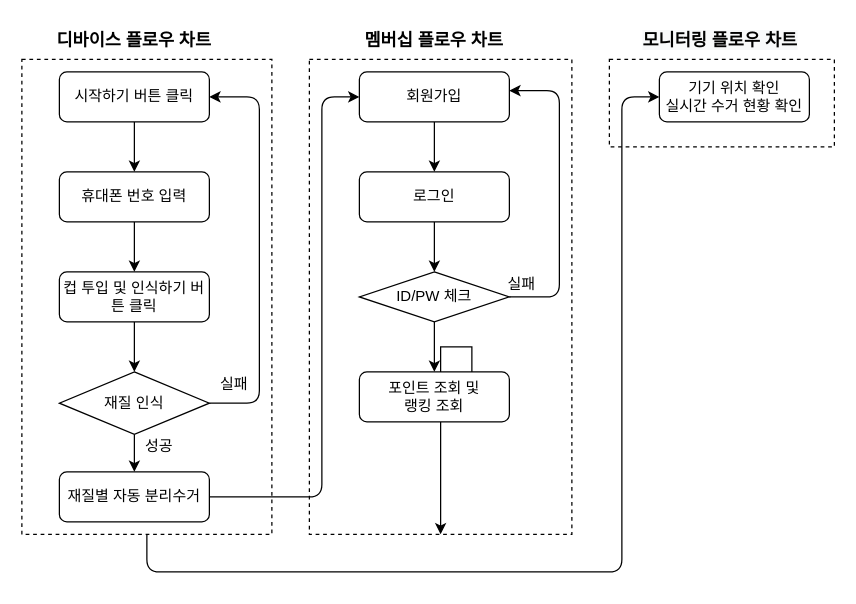
This is Untitled Diagram.drawio from devgraphy/airsm-django-restapi, a draw.io file, before an edit. Source tidied: cells renumbered, new cells numbered last; positions are measured from the earlier drawing's top-left corner, leaving out a move shared by most shapes. Both pictures are drawn from the tidied source at 125%, with x=0, y=0 at pixel (21, 21).
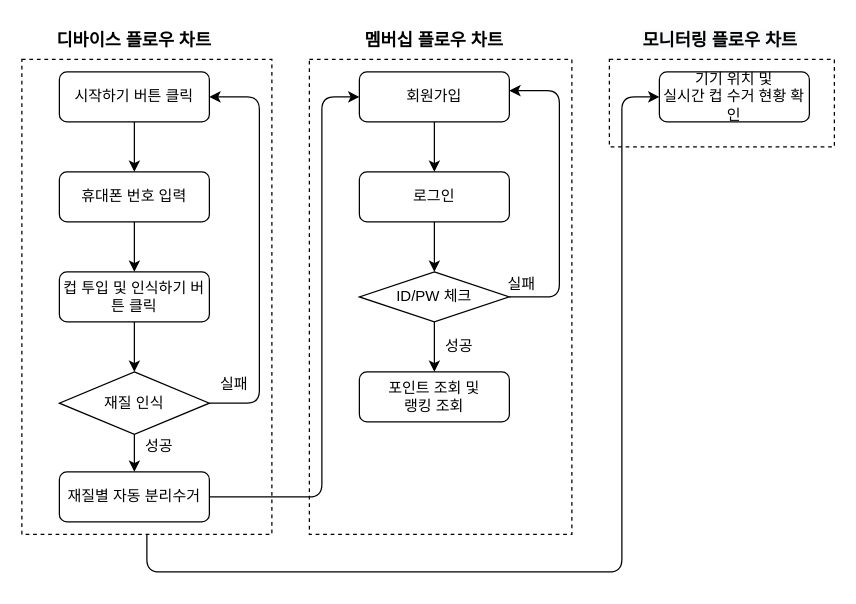
After the change.

Unchanged cells that the change refers to:
```xml
<mxCell id="3" style="rounded=0;whiteSpace=wrap;html=1;dashed=1;" parent="1" vertex="1">
  <mxGeometry x="230" y="30" width="210" height="380" as="geometry" />
</mxCell>
<mxCell id="23" value="포인트 조회 및&lt;br&gt;랭킹 조회" style="rounded=1;whiteSpace=wrap;html=1;" parent="1" vertex="1">
  <mxGeometry x="270" y="280" width="120" height="40" as="geometry" />
</mxCell>
```

Diff of the diagram source:
```diff
@@
-    <mxCell id="22" style="edgeStyle=orthogonalEdgeStyle;rounded=0;jettySize=auto;html=1;exitX=0.75;exitY=0;exitDx=0;exitDy=0;" parent="1" edge="1" source="23" target="3">
-      <mxGeometry relative="1" as="geometry" />
-    </mxCell>
@@
-    <mxCell id="28" value="기기 위치 확인&lt;br&gt;실시간 수거 현황 확인" style="rounded=1;whiteSpace=wrap;html=1;" parent="1" vertex="1">
+    <mxCell id="28" value="기기 위치 및&lt;br&gt;실시간 컵 수거 현황 확인" style="rounded=1;whiteSpace=wrap;html=1;" parent="1" vertex="1">
       <mxGeometry x="510" y="40" width="120" height="40" as="geometry" />
     </mxCell>
@@
+    <mxCell id="33" value="성공" style="text;html=1;strokeColor=none;fillColor=none;align=center;verticalAlign=middle;whiteSpace=wrap;rounded=0;dashed=1;" parent="1" vertex="1">
+      <mxGeometry x="330" y="250" width="40" height="20" as="geometry" />
+    </mxCell>
```
